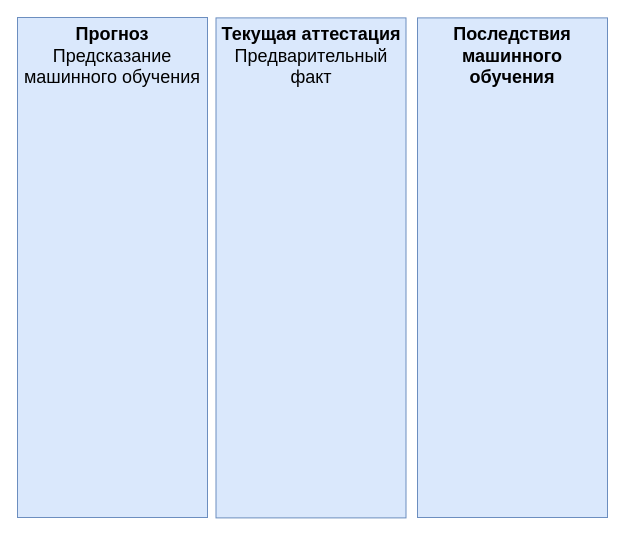
Above: Этап Прогнозирования Технико-экономическое обоснование.drawio in RuslanKudarov/diagrams (draw.io), before the change. Source tidied: cells renumbered, new cells numbered last; positions are measured from the earlier drawing's top-left corner, leaving out a move shared by most shapes. Both pictures are drawn from the tidied source at 100%, with x=0, y=0 at pixel (17, 17).
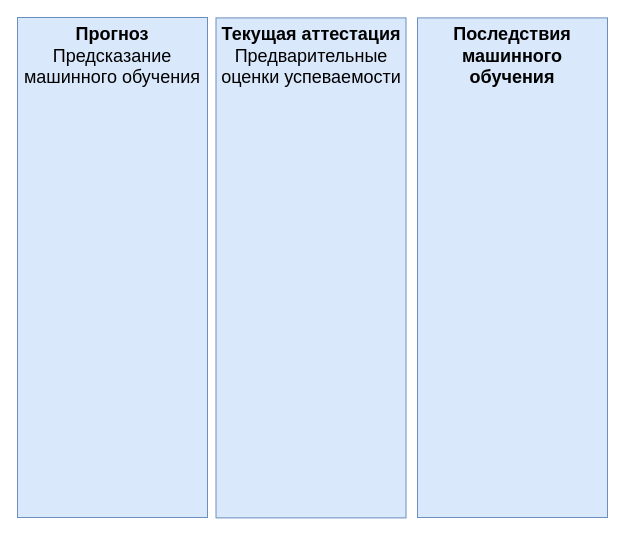
The same page after the edit.

The edit, as a diff of the source:
```diff
@@
 <mxGraphModel>
   <root>
     <mxCell id="0" />
     <mxCell id="1" parent="0" />
-    <mxCell id="2" value="&lt;font style=&quot;font-size: 18px;&quot; face=&quot;Calibri&quot;&gt;&lt;span style=&quot;&quot;&gt;&lt;b&gt;Текущая аттестация&lt;/b&gt;&lt;br&gt;Предварительный факт&lt;br&gt;&lt;/span&gt;&lt;/font&gt;" style="whiteSpace=wrap;html=1;fillColor=#dae8fc;fontSize=14;strokeColor=#6c8ebf;verticalAlign=top;" parent="1" vertex="1">
+    <mxCell id="2" value="&lt;font style=&quot;font-size: 18px;&quot; face=&quot;Calibri&quot;&gt;&lt;span style=&quot;&quot;&gt;&lt;b&gt;Текущая аттестация&lt;/b&gt;&lt;br&gt;Предварительные оценки успеваемости&lt;br&gt;&lt;/span&gt;&lt;/font&gt;" style="whiteSpace=wrap;html=1;fillColor=#dae8fc;fontSize=14;strokeColor=#6c8ebf;verticalAlign=top;" parent="1" vertex="1">
       <mxGeometry x="198.5" y="0.4" width="190" height="500" as="geometry" />
     </mxCell>
     <mxCell id="3" value="&lt;font style=&quot;font-size: 18px;&quot; face=&quot;Calibri&quot;&gt;&lt;b&gt;Прогноз&lt;/b&gt;&lt;br&gt;Предсказание&lt;br&gt;машинного обучения&lt;br&gt;&lt;/font&gt;" style="whiteSpace=wrap;html=1;fillColor=#dae8fc;fontSize=14;strokeColor=#6c8ebf;verticalAlign=top;" parent="1" vertex="1">
       <mxGeometry width="190" height="500" as="geometry" />
     </mxCell>
     <mxCell id="4" value="&lt;font style=&quot;font-size: 18px;&quot; face=&quot;Calibri&quot;&gt;&lt;span style=&quot;&quot;&gt;&lt;b&gt;Последствия машинного обучения&lt;/b&gt;&lt;br&gt;&lt;/span&gt;&lt;/font&gt;" style="whiteSpace=wrap;html=1;fillColor=#dae8fc;fontSize=14;strokeColor=#6c8ebf;verticalAlign=top;" parent="1" vertex="1">
       <mxGeometry x="400" y="0.4" width="190" height="499.6" as="geometry" />
     </mxCell>
   </root>
 </mxGraphModel>
```
